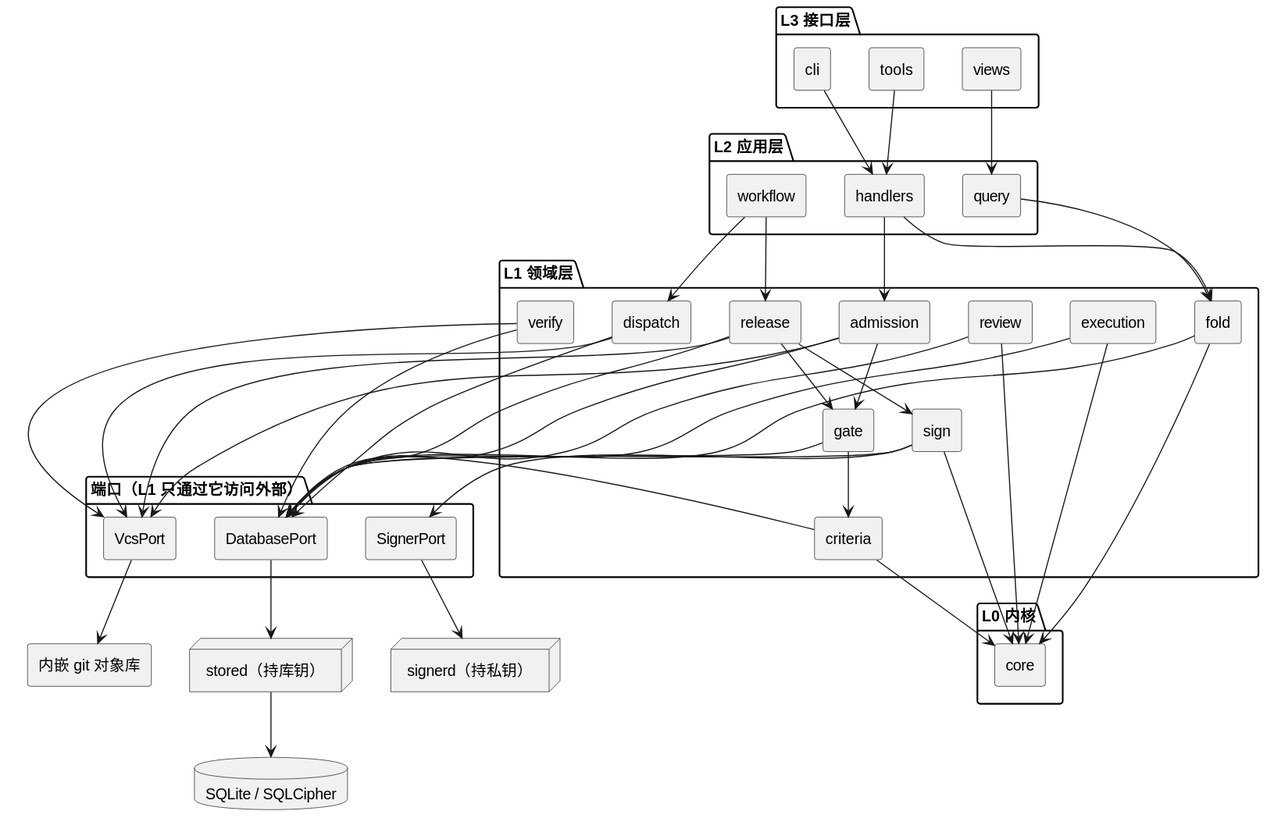
This is design/diagrams/arch-components.svg from raitpor/dsh-software-dev-office, a PlantUML export, as it was before one commit.
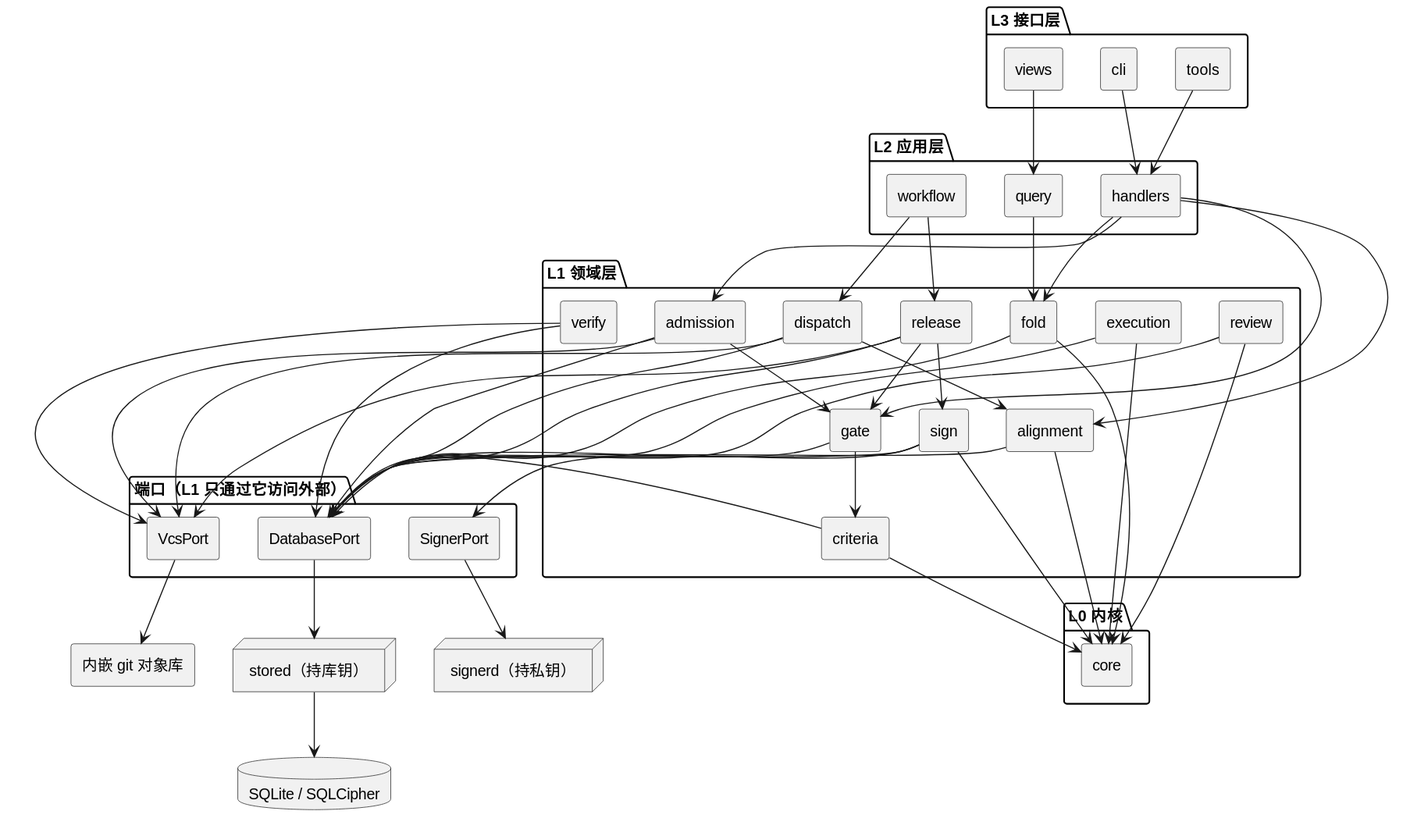
Above is the later version.

Diff of the diagram source:
```diff
@@ -19,6 +19,7 @@
   component "fold" as fold
   component "criteria" as criteria
   component "gate" as gate
+  component "alignment" as align
   component "admission" as admission
   component "dispatch" as dispatch
   component "review" as review
@@ -41,12 +42,15 @@
 q --> fold
 h --> fold
 h --> admission
+h --> align
+h --> gate
 wf --> dispatch
 wf --> release
 
 fold --> core
 criteria --> core
 gate --> criteria
+align --> core
 admission --> gate
 review --> core
 exec --> core
@@ -57,7 +61,9 @@
 fold --> DBPort
 criteria --> DBPort
 gate --> DBPort
+align --> DBPort
 admission --> DBPort
+dispatch --> align
 dispatch --> DBPort
 review --> DBPort
 exec --> DBPort
```
